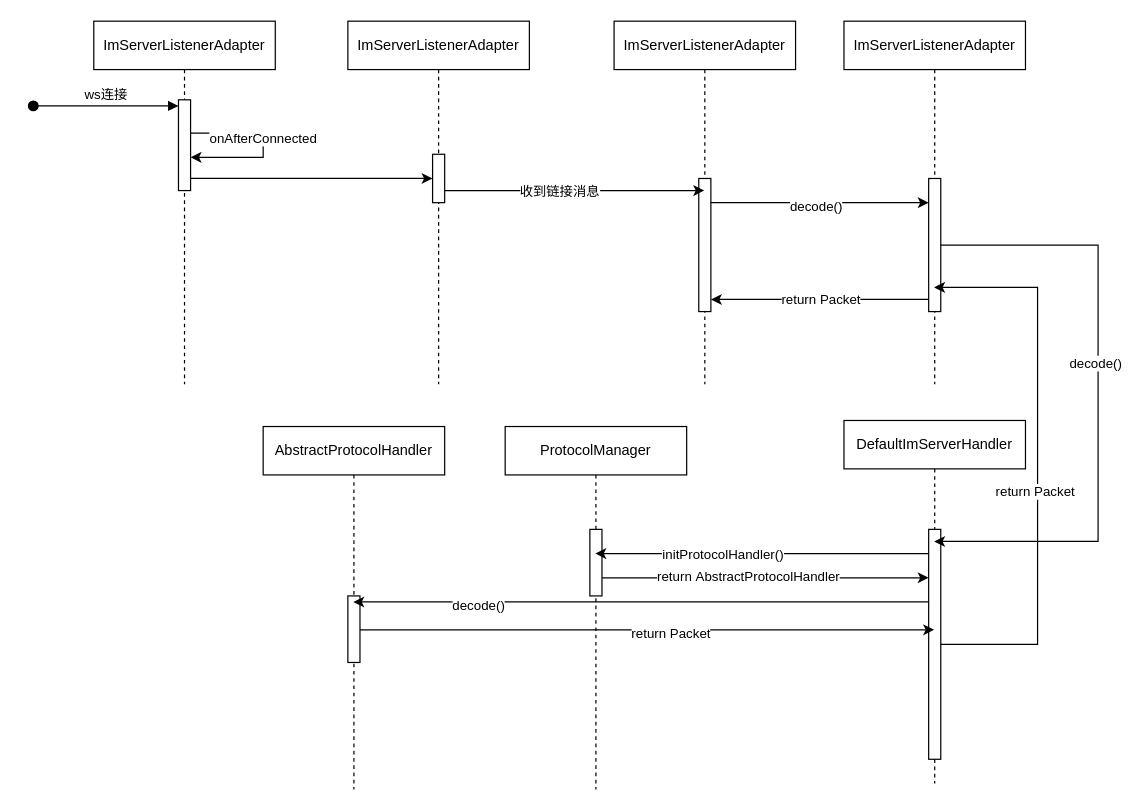
RR9-cn/DrawFile keeps this draw.io diagram as J-im流程图/im-server-握手时序图.drawio. Above is the earlier version. Source tidied: cells renumbered, new cells numbered last; positions are measured from the earlier drawing's top-left corner, leaving out a move shared by most shapes. Both pictures are drawn from the tidied source at 121%, with x=0, y=0 at pixel (33, 21).
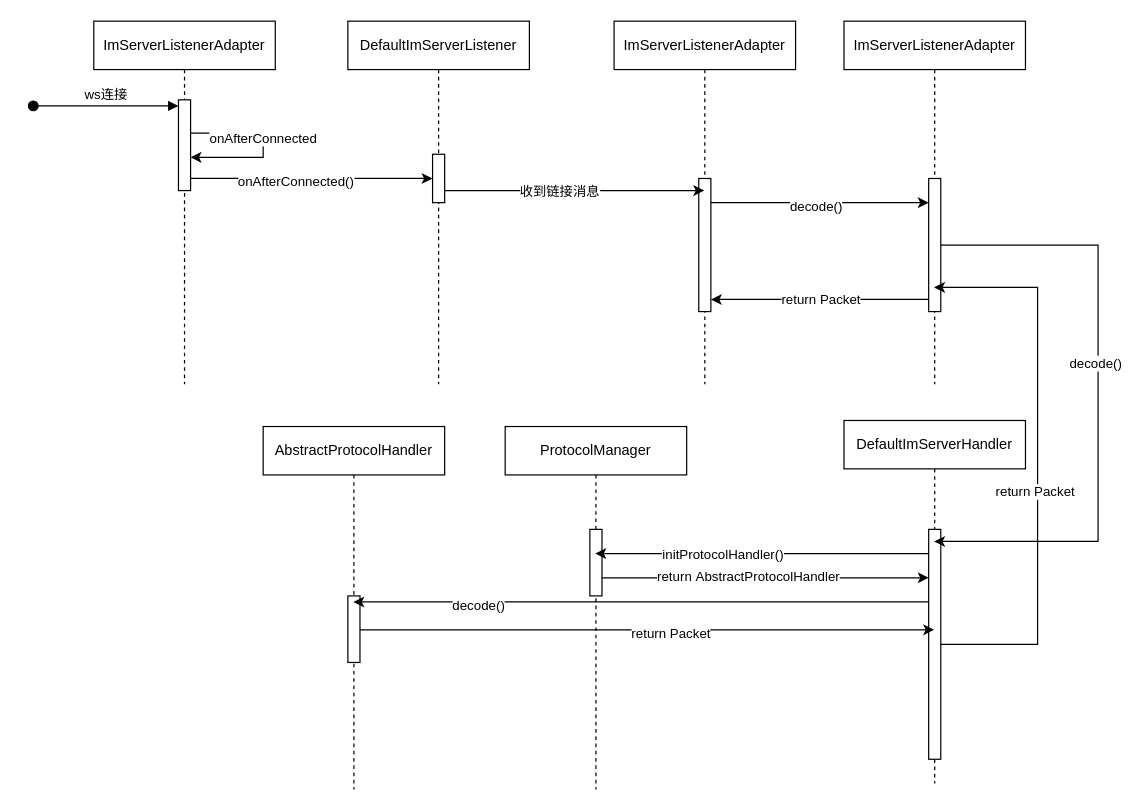
The same diagram, later.

Commit message:
更新im-server-握手时序图.drawio

Unchanged cells that the change refers to:
```xml
<mxCell id="11" style="edgeStyle=elbowEdgeStyle;rounded=0;jettySize=auto;html=1;elbow=vertical;curved=0;" parent="1" edge="1" source="5" target="8">
  <mxGeometry relative="1" as="geometry">
    <Array as="points">
      <mxPoint x="230" y="130" />
    </Array>
  </mxGeometry>
</mxCell>
```

What changed in the source:
```diff
@@
-    <mxCell id="7" value="ImServerListenerAdapter" style="shape=umlLifeline;perimeter=lifelinePerimeter;whiteSpace=wrap;html=1;newEdgeStyle={&quot;edgeStyle&quot;:&quot;elbowEdgeStyle&quot;,&quot;elbow&quot;:&quot;vertical&quot;,&quot;curved&quot;:0,&quot;rounded&quot;:0};" parent="1" vertex="1">
+    <mxCell id="7" value="DefaultImServerListener" style="shape=umlLifeline;perimeter=lifelinePerimeter;whiteSpace=wrap;html=1;newEdgeStyle={&quot;edgeStyle&quot;:&quot;elbowEdgeStyle&quot;,&quot;elbow&quot;:&quot;vertical&quot;,&quot;curved&quot;:0,&quot;rounded&quot;:0};" parent="1" vertex="1">
       <mxGeometry x="260" width="150" height="300" as="geometry" />
     </mxCell>
@@
+    <mxCell id="38" value="onAfterConnected()" style="edgeLabel;html=1;align=center;verticalAlign=middle;" parent="11" vertex="1">
+      <mxGeometry x="-0.14" y="-2" relative="1" as="geometry" />
+    </mxCell>
```
